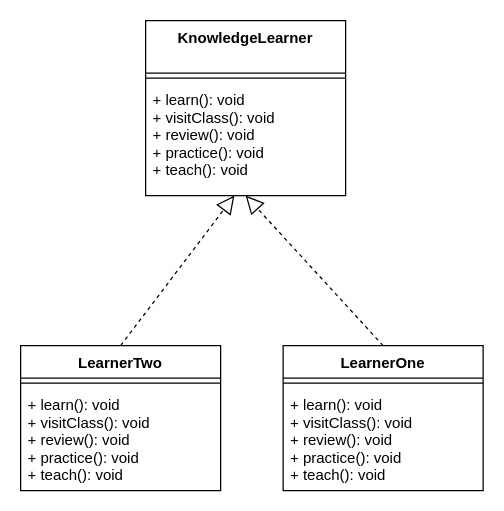
Above: design-pattern/src/main/resources/template.drawio in Jackson-zhanganbing/spring-test (draw.io), before the change. Source tidied: cells renumbered, new cells numbered last; positions are measured from the earlier drawing's top-left corner, leaving out a move shared by most shapes. Both pictures are drawn from the tidied source at 125%, with x=0, y=0 at pixel (20, 20).
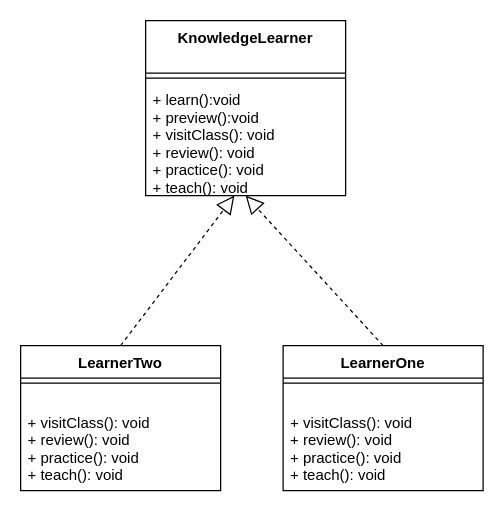
The same page after the edit.

Diff of the diagram source:
```diff
@@
 <mxGraphModel>
   <root>
     <mxCell id="0" />
     <mxCell id="1" parent="0" />
     <mxCell id="2" value="KnowledgeLearner" style="swimlane;fontStyle=1;align=center;verticalAlign=top;horizontal=1;startSize=42;" parent="1" vertex="1">
       <mxGeometry x="100" width="160" height="140" as="geometry" />
     </mxCell>
     <mxCell id="3" style="line;strokeWidth=1;fillColor=none;align=left;verticalAlign=middle;spacingTop=-1;spacingLeft=3;spacingRight=3;labelPosition=right;" parent="2" vertex="1">
       <mxGeometry y="42" width="160" height="8" as="geometry" />
     </mxCell>
-    <mxCell id="4" value="+ learn(): void&#10;+ visitClass(): void&#10;+ review(): void&#10;+ practice(): void&#10;+ teach(): void" style="text;strokeColor=none;fillColor=none;align=left;verticalAlign=top;spacingLeft=4;spacingRight=4;overflow=hidden;points=[[0,0.5],[1,0.5]];portConstraint=eastwest;" parent="2" vertex="1">
+    <mxCell id="4" value="+ learn():void&#10;+ preview():void&#10;+ visitClass(): void&#10;+ review(): void&#10;+ practice(): void&#10;+ teach(): void" style="text;strokeColor=none;fillColor=none;align=left;verticalAlign=top;spacingLeft=4;spacingRight=4;overflow=hidden;points=[[0,0.5],[1,0.5]];portConstraint=eastwest;" parent="2" vertex="1">
       <mxGeometry y="50" width="160" height="90" as="geometry" />
     </mxCell>
     <mxCell id="5" value="LearnerTwo" style="swimlane;fontStyle=1;align=center;verticalAlign=top;horizontal=1;startSize=26;" parent="1" vertex="1">
       <mxGeometry y="260" width="160" height="116" as="geometry" />
     </mxCell>
     <mxCell id="6" style="line;strokeWidth=1;fillColor=none;align=left;verticalAlign=middle;spacingTop=-1;spacingLeft=3;spacingRight=3;labelPosition=right;" parent="5" vertex="1">
       <mxGeometry y="26" width="160" height="8" as="geometry" />
     </mxCell>
-    <mxCell id="7" value="+ learn(): void&#10;+ visitClass(): void&#10;+ review(): void&#10;+ practice(): void&#10;+ teach(): void" style="text;strokeColor=none;fillColor=none;align=left;verticalAlign=top;spacingLeft=4;spacingRight=4;overflow=hidden;" parent="5" vertex="1">
+    <mxCell id="7" value="&#10;+ visitClass(): void&#10;+ review(): void&#10;+ practice(): void&#10;+ teach(): void" style="text;strokeColor=none;fillColor=none;align=left;verticalAlign=top;spacingLeft=4;spacingRight=4;overflow=hidden;" parent="5" vertex="1">
       <mxGeometry y="34" width="160" height="82" as="geometry" />
     </mxCell>
     <mxCell id="8" value="LearnerOne" style="swimlane;fontStyle=1;align=center;verticalAlign=top;horizontal=1;startSize=26;" parent="1" vertex="1">
       <mxGeometry x="210" y="260" width="160" height="116" as="geometry" />
     </mxCell>
     <mxCell id="9" style="line;strokeWidth=1;fillColor=none;align=left;verticalAlign=middle;spacingTop=-1;spacingLeft=3;spacingRight=3;labelPosition=right;" parent="8" vertex="1">
       <mxGeometry y="26" width="160" height="8" as="geometry" />
     </mxCell>
-    <mxCell id="10" value="+ learn(): void&#10;+ visitClass(): void&#10;+ review(): void&#10;+ practice(): void&#10;+ teach(): void" style="text;strokeColor=none;fillColor=none;align=left;verticalAlign=top;spacingLeft=4;spacingRight=4;overflow=hidden;" parent="8" vertex="1">
+    <mxCell id="10" value="&#10;+ visitClass(): void&#10;+ review(): void&#10;+ practice(): void&#10;+ teach(): void" style="text;strokeColor=none;fillColor=none;align=left;verticalAlign=top;spacingLeft=4;spacingRight=4;overflow=hidden;" parent="8" vertex="1">
       <mxGeometry y="34" width="160" height="82" as="geometry" />
     </mxCell>
     <mxCell id="11" style="endArrow=block;dashed=1;endFill=0;endSize=12;html=1;exitX=0.5;exitY=0;exitDx=0;exitDy=0;" parent="1" edge="1" source="8">
       <mxGeometry relative="1" as="geometry">
         <mxPoint x="180" y="140" as="targetPoint" />
       </mxGeometry>
     </mxCell>
     <mxCell id="12" style="endArrow=block;dashed=1;endFill=0;endSize=12;html=1;exitX=0.5;exitY=0;exitDx=0;exitDy=0;entryX=0.444;entryY=1;entryDx=0;entryDy=0;entryPerimeter=0;" parent="1" edge="1" source="5" target="4">
       <mxGeometry relative="1" as="geometry" />
     </mxCell>
   </root>
 </mxGraphModel>
```
